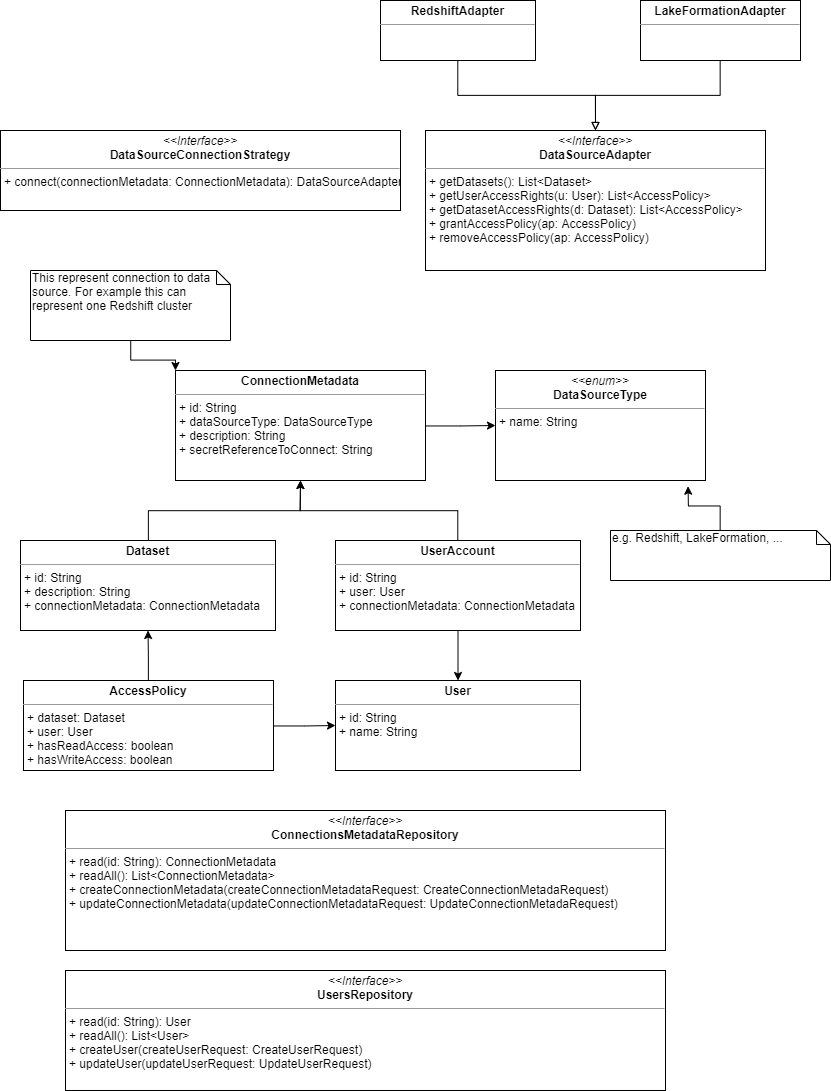
Before: diagrams/diagrams-domain-model.png, a diagram exported from draw.io (piotr-kalanski/access-management). Source tidied: cells renumbered, new cells last; positions are measured from the earlier drawing's top-left corner, leaving out a move shared by most shapes.
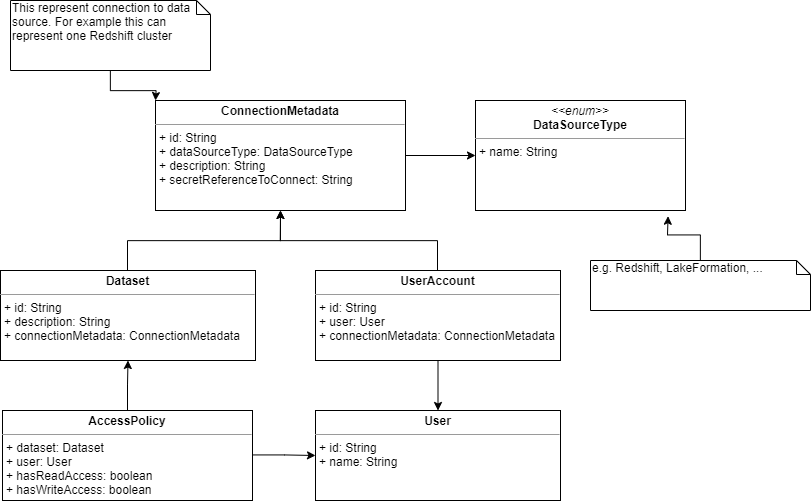
Later version of the same file.

The edit, as a diff of the source:
```diff
@@ -12,7 +12,7 @@
       <mxGeometry relative="1" as="geometry" />
     </mxCell>
     <mxCell id="5" value="&lt;p style=&quot;margin: 0px ; margin-top: 4px ; text-align: center&quot;&gt;&lt;b&gt;AccessPolicy&lt;/b&gt;&lt;/p&gt;&lt;hr size=&quot;1&quot;&gt;&lt;p style=&quot;margin: 0px ; margin-left: 4px&quot;&gt;+ dataset: Dataset&lt;br&gt;+ user: User&lt;br&gt;&lt;/p&gt;&lt;p style=&quot;margin: 0px ; margin-left: 4px&quot;&gt;+ hasReadAccess: boolean&lt;/p&gt;&lt;p style=&quot;margin: 0px ; margin-left: 4px&quot;&gt;+ hasWriteAccess: boolean&lt;br&gt;&lt;/p&gt;" style="verticalAlign=top;align=left;overflow=fill;fontSize=12;fontFamily=Helvetica;html=1;" parent="1" vertex="1">
-      <mxGeometry x="23" y="680" width="250" height="90" as="geometry" />
+      <mxGeometry x="22" y="680" width="250" height="90" as="geometry" />
     </mxCell>
     <mxCell id="6" style="edgeStyle=orthogonalEdgeStyle;rounded=0;jettySize=auto;html=1;entryX=0.5;entryY=1;entryDx=0;entryDy=0;" parent="1" edge="1" source="7" target="10">
       <mxGeometry relative="1" as="geometry" />
@@ -20,9 +20,6 @@
     <mxCell id="7" value="&lt;p style=&quot;margin: 0px ; margin-top: 4px ; text-align: center&quot;&gt;&lt;b&gt;Dataset&lt;/b&gt;&lt;/p&gt;&lt;hr size=&quot;1&quot;&gt;&lt;p style=&quot;margin: 0px ; margin-left: 4px&quot;&gt;+ id: String&lt;br&gt;+ description: String&lt;br&gt;+ connectionMetadata: ConnectionMetadata&lt;/p&gt;&lt;span style=&quot;text-align: center&quot;&gt;&lt;br&gt;&lt;br&gt;&lt;/span&gt;" style="verticalAlign=top;align=left;overflow=fill;fontSize=12;fontFamily=Helvetica;html=1;" parent="1" vertex="1">
       <mxGeometry x="20" y="540" width="255" height="90" as="geometry" />
     </mxCell>
-    <mxCell id="8" value="&lt;p style=&quot;margin: 0px ; margin-top: 4px ; text-align: center&quot;&gt;&lt;i&gt;&amp;lt;&amp;lt;Interface&amp;gt;&amp;gt;&lt;/i&gt;&lt;br&gt;&lt;b&gt;DataSourceAdapter&lt;/b&gt;&lt;br&gt;&lt;/p&gt;&lt;hr size=&quot;1&quot;&gt;&lt;p style=&quot;margin: 0px ; margin-left: 4px&quot;&gt;&lt;/p&gt;&lt;p style=&quot;margin: 0px ; margin-left: 4px&quot;&gt;+ getDatasets(): List&amp;lt;Dataset&amp;gt;&lt;br&gt;+ getUserAccessRights(u: User): List&amp;lt;AccessPolicy&amp;gt;&lt;br&gt;+ getDatasetAccessRights(d: Dataset): List&amp;lt;AccessPolicy&amp;gt;&lt;br&gt;+ grantAccessPolicy(ap: AccessPolicy)&lt;br&gt;+ removeAccessPolicy(ap: AccessPolicy)&lt;br&gt;&lt;/p&gt;" style="verticalAlign=top;align=left;overflow=fill;fontSize=12;fontFamily=Helvetica;html=1;" parent="1" vertex="1">
-      <mxGeometry x="425" y="130" width="340" height="140" as="geometry" />
-    </mxCell>
     <mxCell id="9" style="edgeStyle=orthogonalEdgeStyle;rounded=0;jettySize=auto;html=1;entryX=0;entryY=0.5;entryDx=0;entryDy=0;" parent="1" edge="1" source="10" target="11">
       <mxGeometry relative="1" as="geometry" />
     </mxCell>
@@ -44,9 +41,6 @@
     <mxCell id="15" value="This represent connection to data source. For example this can represent one Redshift cluster" style="shape=note;whiteSpace=wrap;html=1;size=14;verticalAlign=top;align=left;spacingTop=-6;" parent="1" vertex="1">
       <mxGeometry x="30" y="270" width="200" height="70" as="geometry" />
     </mxCell>
-    <mxCell id="16" value="&lt;p style=&quot;margin: 0px ; margin-top: 4px ; text-align: center&quot;&gt;&lt;i&gt;&amp;lt;&amp;lt;Interface&amp;gt;&amp;gt;&lt;/i&gt;&lt;br&gt;&lt;b&gt;DataSourceConnectionStrategy&lt;/b&gt;&lt;/p&gt;&lt;hr size=&quot;1&quot;&gt;&lt;p style=&quot;margin: 0px ; margin-left: 4px&quot;&gt;&lt;/p&gt;&lt;p style=&quot;margin: 0px ; margin-left: 4px&quot;&gt;+ connect(connectionMetadata:&amp;nbsp;&lt;span style=&quot;text-align: center&quot;&gt;ConnectionMetadata&lt;/span&gt;): DataSourceAdapter&lt;br&gt;&lt;/p&gt;" style="verticalAlign=top;align=left;overflow=fill;fontSize=12;fontFamily=Helvetica;html=1;" parent="1" vertex="1">
-      <mxGeometry y="130" width="400" height="80" as="geometry" />
-    </mxCell>
     <mxCell id="17" style="edgeStyle=orthogonalEdgeStyle;rounded=0;jettySize=auto;html=1;" parent="1" edge="1" source="19" target="2">
       <mxGeometry relative="1" as="geometry" />
     </mxCell>
@@ -56,23 +50,5 @@
     <mxCell id="19" value="&lt;p style=&quot;margin: 0px ; margin-top: 4px ; text-align: center&quot;&gt;&lt;b&gt;UserAccount&lt;/b&gt;&lt;/p&gt;&lt;hr size=&quot;1&quot;&gt;&lt;p style=&quot;margin: 0px ; margin-left: 4px&quot;&gt;+ id: String&lt;br&gt;+ user: User&lt;br&gt;+ connectionMetadata: ConnectionMetadata&lt;br&gt;&lt;/p&gt;" style="verticalAlign=top;align=left;overflow=fill;fontSize=12;fontFamily=Helvetica;html=1;" parent="1" vertex="1">
       <mxGeometry x="335" y="540" width="245" height="90" as="geometry" />
     </mxCell>
-    <mxCell id="20" style="edgeStyle=orthogonalEdgeStyle;rounded=0;jettySize=auto;html=1;entryX=0.5;entryY=0;entryDx=0;entryDy=0;endArrow=block;endFill=0;" parent="1" edge="1" source="21" target="8">
-      <mxGeometry relative="1" as="geometry" />
-    </mxCell>
-    <mxCell id="21" value="&lt;p style=&quot;margin: 0px ; margin-top: 4px ; text-align: center&quot;&gt;&lt;b&gt;RedshiftAdapter&lt;/b&gt;&lt;br&gt;&lt;/p&gt;&lt;hr size=&quot;1&quot;&gt;&lt;p style=&quot;margin: 0px ; margin-left: 4px&quot;&gt;&lt;/p&gt;&lt;p style=&quot;margin: 0px ; margin-left: 4px&quot;&gt;&lt;br&gt;&lt;/p&gt;" style="verticalAlign=top;align=left;overflow=fill;fontSize=12;fontFamily=Helvetica;html=1;" parent="1" vertex="1">
-      <mxGeometry x="380" width="155" height="60" as="geometry" />
-    </mxCell>
-    <mxCell id="22" style="edgeStyle=orthogonalEdgeStyle;rounded=0;jettySize=auto;html=1;entryX=0.5;entryY=0;entryDx=0;entryDy=0;endArrow=block;endFill=0;" parent="1" edge="1" source="23" target="8">
-      <mxGeometry relative="1" as="geometry" />
-    </mxCell>
-    <mxCell id="23" value="&lt;p style=&quot;margin: 0px ; margin-top: 4px ; text-align: center&quot;&gt;&lt;b&gt;LakeFormationAdapter&lt;/b&gt;&lt;br&gt;&lt;/p&gt;&lt;hr size=&quot;1&quot;&gt;&lt;p style=&quot;margin: 0px ; margin-left: 4px&quot;&gt;&lt;/p&gt;&lt;p style=&quot;margin: 0px ; margin-left: 4px&quot;&gt;&lt;br&gt;&lt;/p&gt;" style="verticalAlign=top;align=left;overflow=fill;fontSize=12;fontFamily=Helvetica;html=1;" parent="1" vertex="1">
-      <mxGeometry x="640" width="160" height="60" as="geometry" />
-    </mxCell>
-    <mxCell id="24" value="&lt;p style=&quot;margin: 0px ; margin-top: 4px ; text-align: center&quot;&gt;&lt;i&gt;&amp;lt;&amp;lt;Interface&amp;gt;&amp;gt;&lt;/i&gt;&lt;br&gt;&lt;b&gt;ConnectionsMetadataRepository&lt;/b&gt;&lt;br&gt;&lt;/p&gt;&lt;hr size=&quot;1&quot;&gt;&lt;p style=&quot;margin: 0px ; margin-left: 4px&quot;&gt;&lt;/p&gt;&lt;p style=&quot;margin: 0px ; margin-left: 4px&quot;&gt;+ read(id: String): ConnectionMetadata&lt;br&gt;+ readAll(): List&amp;lt;ConnectionMetadata&amp;gt;&lt;br&gt;+ createConnectionMetadata(createConnectionMetadataRequest: CreateConnectionMetadaRequest)&lt;br&gt;+ updateConnectionMetadata(updateConnectionMetadataRequest: UpdateConnectionMetadaRequest)&lt;br&gt;&lt;/p&gt;" style="verticalAlign=top;align=left;overflow=fill;fontSize=12;fontFamily=Helvetica;html=1;" parent="1" vertex="1">
-      <mxGeometry x="65" y="810" width="600" height="140" as="geometry" />
-    </mxCell>
-    <mxCell id="25" value="&lt;p style=&quot;margin: 0px ; margin-top: 4px ; text-align: center&quot;&gt;&lt;i&gt;&amp;lt;&amp;lt;Interface&amp;gt;&amp;gt;&lt;/i&gt;&lt;br&gt;&lt;b&gt;UsersRepository&lt;/b&gt;&lt;br&gt;&lt;/p&gt;&lt;hr size=&quot;1&quot;&gt;&lt;p style=&quot;margin: 0px ; margin-left: 4px&quot;&gt;&lt;/p&gt;&lt;p style=&quot;margin: 0px ; margin-left: 4px&quot;&gt;+ read(id: String): User&lt;br&gt;+ readAll(): List&amp;lt;User&amp;gt;&lt;br&gt;+ createUser(createUserRequest: CreateUserRequest)&lt;br&gt;+ updateUser(updateUserRequest: UpdateUserRequest)&lt;br&gt;&lt;/p&gt;" style="verticalAlign=top;align=left;overflow=fill;fontSize=12;fontFamily=Helvetica;html=1;" parent="1" vertex="1">
-      <mxGeometry x="65" y="970" width="600" height="120" as="geometry" />
-    </mxCell>
   </root>
 </mxGraphModel>
```
